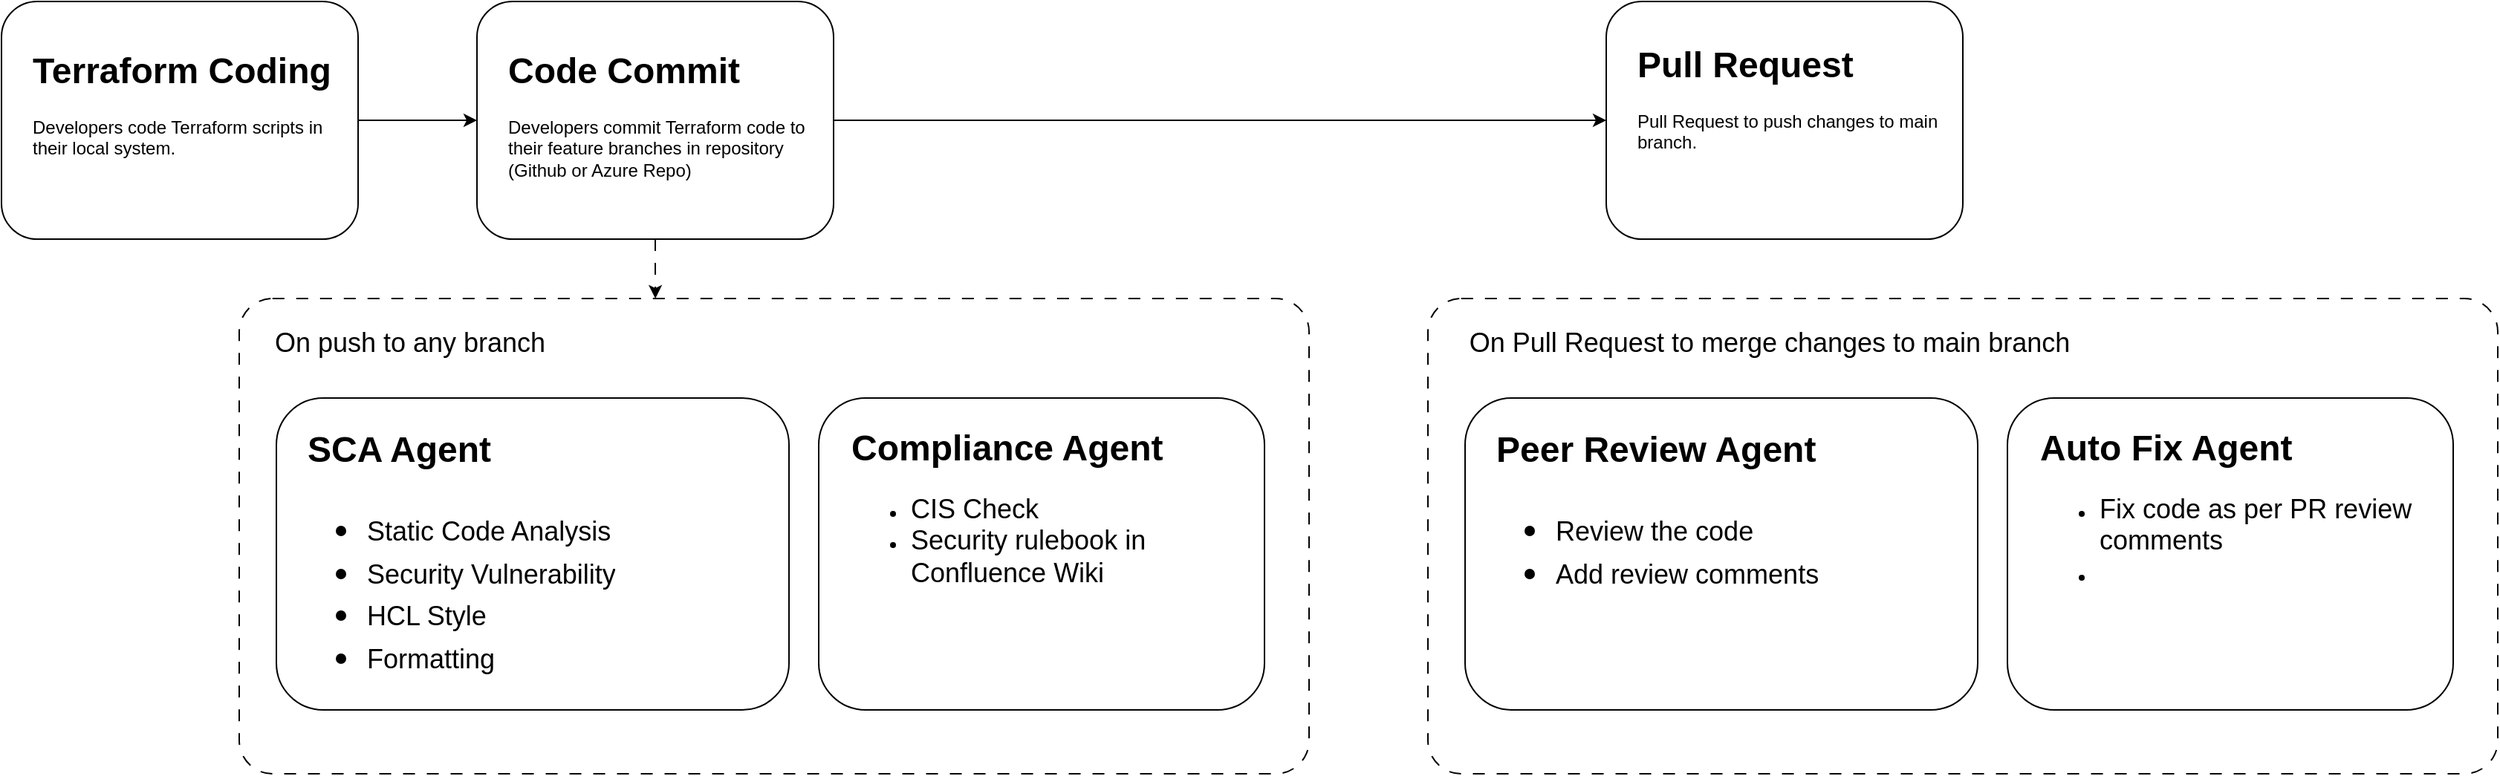
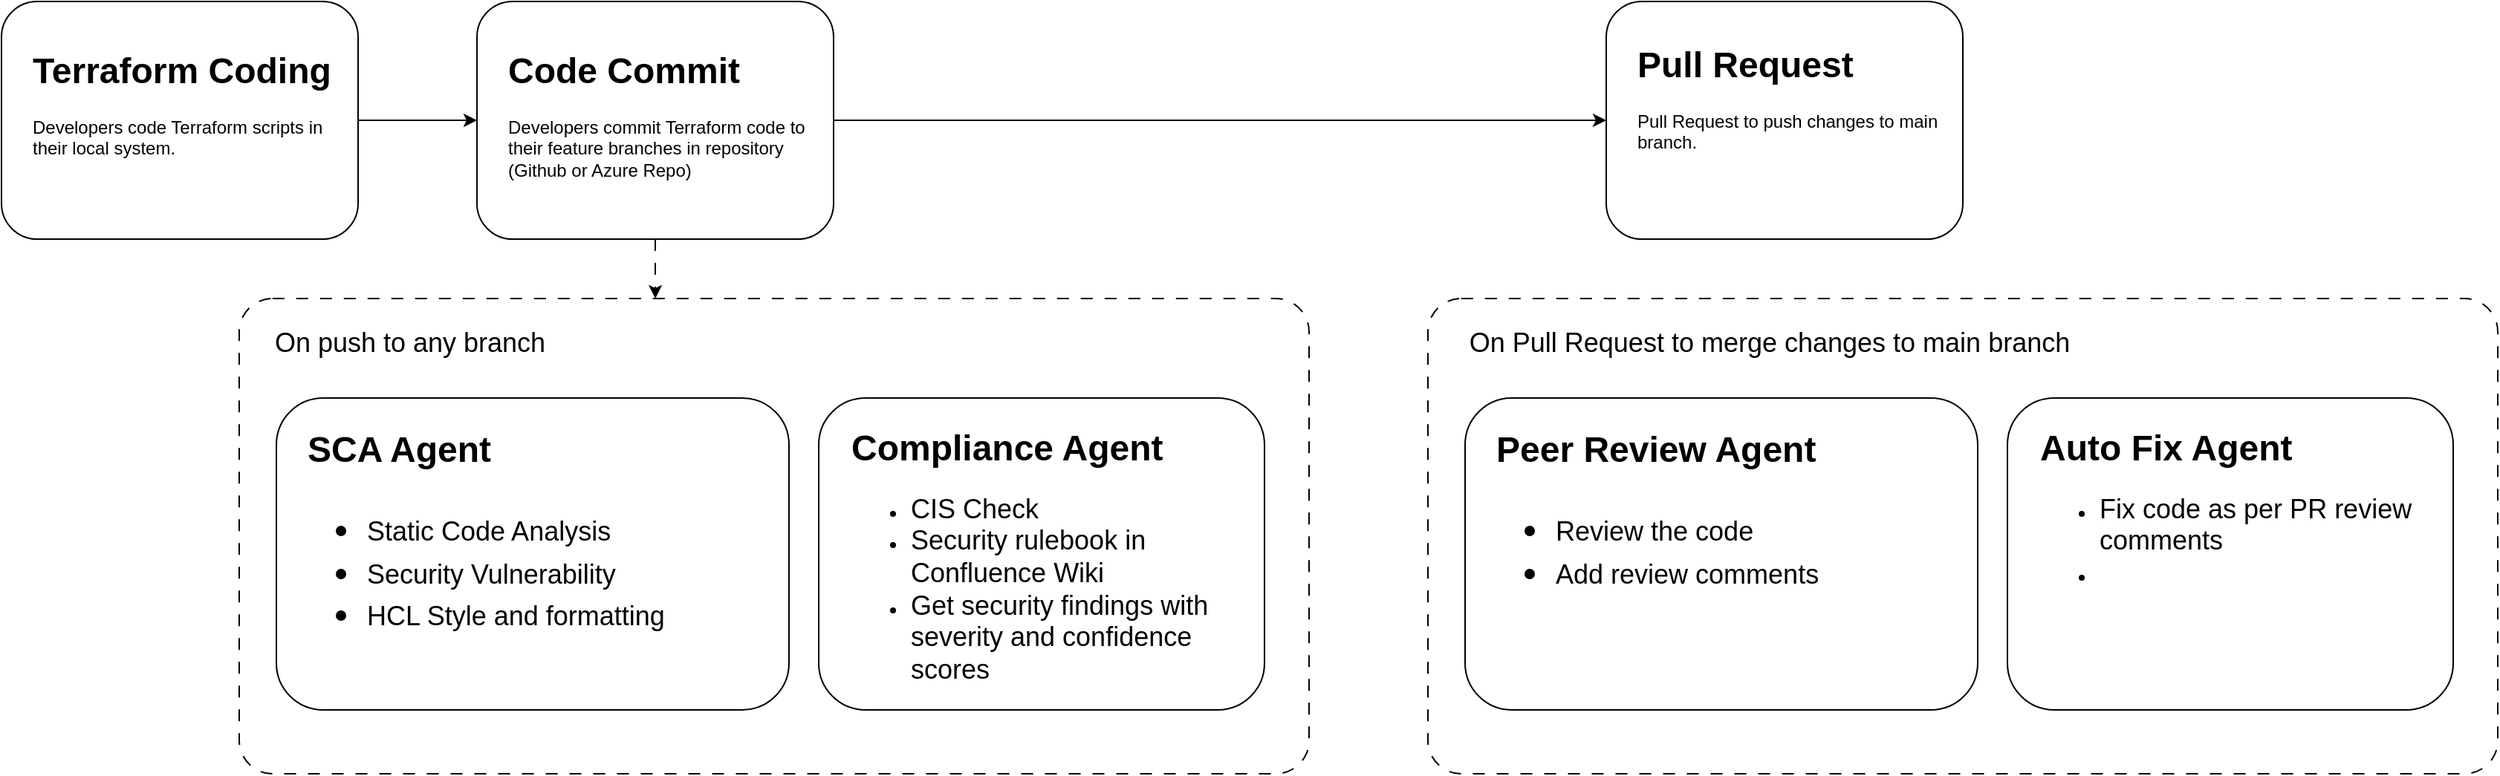
<mxfile host="app.diagrams.net">
  <diagram name="Page-1" id="llQ14HlxIDWXj9B5HY60">
    <mxGraphModel dx="1006" dy="638" grid="1" gridSize="10" guides="1" tooltips="1" connect="1" arrows="1" fold="1" page="1" pageScale="1" pageWidth="850" pageHeight="1100" math="0" shadow="0">
      <root>
        <mxCell id="0" />
        <mxCell id="1" parent="0" />
        <mxCell id="IWc9zJM8tDhvkjJ2dRjy-13" edge="1" parent="1" source="oJW8UGhNAXkty13G2p3x-1" style="edgeStyle=orthogonalEdgeStyle;rounded=0;orthogonalLoop=1;jettySize=auto;html=1;entryX=0;entryY=0.5;entryDx=0;entryDy=0;" target="IWc9zJM8tDhvkjJ2dRjy-1">
          <mxGeometry relative="1" as="geometry" />
        </mxCell>
        <mxCell id="oJW8UGhNAXkty13G2p3x-1" parent="1" style="rounded=1;whiteSpace=wrap;html=1;" value="" vertex="1">
          <mxGeometry height="160" width="240" x="440" y="200" as="geometry" />
        </mxCell>
        <mxCell id="oJW8UGhNAXkty13G2p3x-3" parent="1" style="text;html=1;whiteSpace=wrap;overflow=hidden;rounded=0;" value="&lt;h1 style=&quot;margin-top: 0px;&quot;&gt;Code Commit&lt;/h1&gt;&lt;p&gt;Developers commit Terraform code to their feature branches in repository (Github or Azure Repo)&lt;/p&gt;" vertex="1">
          <mxGeometry height="100" width="210" x="459" y="226" as="geometry" />
        </mxCell>
        <mxCell id="IWc9zJM8tDhvkjJ2dRjy-1" parent="1" style="rounded=1;whiteSpace=wrap;html=1;" value="" vertex="1">
          <mxGeometry height="160" width="240" x="1200" y="200" as="geometry" />
        </mxCell>
        <mxCell id="IWc9zJM8tDhvkjJ2dRjy-2" parent="1" style="text;html=1;whiteSpace=wrap;overflow=hidden;rounded=0;" value="&lt;h1 style=&quot;margin-top: 0px;&quot;&gt;Pull Request&lt;/h1&gt;&lt;p&gt;Pull Request to push changes to main branch.&lt;/p&gt;" vertex="1">
          <mxGeometry height="100" width="210" x="1219" y="222" as="geometry" />
        </mxCell>
        <mxCell id="IWc9zJM8tDhvkjJ2dRjy-12" edge="1" parent="1" source="IWc9zJM8tDhvkjJ2dRjy-3" style="edgeStyle=orthogonalEdgeStyle;rounded=0;orthogonalLoop=1;jettySize=auto;html=1;exitX=1;exitY=0.5;exitDx=0;exitDy=0;entryX=0;entryY=0.5;entryDx=0;entryDy=0;" target="oJW8UGhNAXkty13G2p3x-1">
          <mxGeometry relative="1" as="geometry" />
        </mxCell>
        <mxCell id="IWc9zJM8tDhvkjJ2dRjy-3" parent="1" style="rounded=1;whiteSpace=wrap;html=1;" value="" vertex="1">
          <mxGeometry height="160" width="240" x="120" y="200" as="geometry" />
        </mxCell>
        <mxCell id="IWc9zJM8tDhvkjJ2dRjy-4" parent="1" style="text;html=1;whiteSpace=wrap;overflow=hidden;rounded=0;" value="&lt;h1 style=&quot;margin-top: 0px;&quot;&gt;Terraform Coding&lt;/h1&gt;&lt;p&gt;Developers code Terraform scripts in their local system.&lt;/p&gt;" vertex="1">
          <mxGeometry height="100" width="210" x="139" y="226" as="geometry" />
        </mxCell>
        <mxCell id="IWc9zJM8tDhvkjJ2dRjy-5" parent="1" style="rounded=1;whiteSpace=wrap;html=1;arcSize=7;dashed=1;dashPattern=8 8;" value="" vertex="1">
          <mxGeometry height="320" width="720" x="280" y="400" as="geometry" />
        </mxCell>
        <mxCell id="IWc9zJM8tDhvkjJ2dRjy-6" parent="1" style="text;html=1;whiteSpace=wrap;strokeColor=none;fillColor=none;align=center;verticalAlign=middle;rounded=0;" value="&lt;font style=&quot;font-size: 18px;&quot;&gt;On push to any branch&lt;/font&gt;" vertex="1">
          <mxGeometry height="30" width="210" x="290" y="415" as="geometry" />
        </mxCell>
        <mxCell id="IWc9zJM8tDhvkjJ2dRjy-7" parent="1" style="rounded=1;whiteSpace=wrap;html=1;" value="" vertex="1">
          <mxGeometry height="210" width="345" x="305" y="467" as="geometry" />
        </mxCell>
-         <mxCell id="IWc9zJM8tDhvkjJ2dRjy-8" parent="1" style="text;html=1;whiteSpace=wrap;overflow=hidden;rounded=0;" value="&lt;h1 style=&quot;margin-top: 0px;&quot;&gt;SCA Agent&lt;/h1&gt;&lt;h1 style=&quot;margin-top: 0px;&quot;&gt;&lt;p style=&quot;font-size: 12px; font-weight: 400;&quot;&gt;&lt;/p&gt;&lt;ul&gt;&lt;li&gt;&lt;span style=&quot;font-size: 18px; font-weight: normal;&quot;&gt;Static Code Analysis&lt;/span&gt;&lt;/li&gt;&lt;li&gt;&lt;span style=&quot;font-size: 18px; font-weight: normal;&quot;&gt;Security Vulnerability&lt;/span&gt;&lt;/li&gt;&lt;li&gt;&lt;span style=&quot;font-size: 18px; font-weight: normal;&quot;&gt;HCL Style&lt;/span&gt;&lt;/li&gt;&lt;li&gt;&lt;span style=&quot;font-size: 18px; font-weight: normal;&quot;&gt;Formatting&lt;/span&gt;&lt;/li&gt;&lt;/ul&gt;&lt;p&gt;&lt;/p&gt;&lt;/h1&gt;" vertex="1">
+         <mxCell id="IWc9zJM8tDhvkjJ2dRjy-8" parent="1" style="text;html=1;whiteSpace=wrap;overflow=hidden;rounded=0;" value="&lt;h1 style=&quot;margin-top: 0px;&quot;&gt;SCA Agent&lt;/h1&gt;&lt;h1 style=&quot;margin-top: 0px;&quot;&gt;&lt;p style=&quot;font-size: 12px; font-weight: 400;&quot;&gt;&lt;/p&gt;&lt;ul&gt;&lt;li&gt;&lt;span style=&quot;font-size: 18px; font-weight: normal;&quot;&gt;Static Code Analysis&lt;/span&gt;&lt;/li&gt;&lt;li&gt;&lt;span style=&quot;font-size: 18px; font-weight: normal;&quot;&gt;Security Vulnerability&lt;/span&gt;&lt;/li&gt;&lt;li&gt;&lt;span style=&quot;font-size: 18px; font-weight: normal;&quot;&gt;HCL Style and formatting&lt;/span&gt;&lt;/li&gt;&lt;/ul&gt;&lt;p&gt;&lt;/p&gt;&lt;/h1&gt;" vertex="1">
          <mxGeometry height="183" width="306" x="324" y="481" as="geometry" />
        </mxCell>
        <mxCell id="IWc9zJM8tDhvkjJ2dRjy-9" parent="1" style="rounded=1;whiteSpace=wrap;html=1;" value="" vertex="1">
          <mxGeometry height="210" width="300" x="670" y="467" as="geometry" />
        </mxCell>
-         <mxCell id="IWc9zJM8tDhvkjJ2dRjy-10" parent="1" style="text;html=1;whiteSpace=wrap;overflow=hidden;rounded=0;" value="&lt;h1 style=&quot;margin-top: 0px;&quot;&gt;Compliance Agent&lt;/h1&gt;&lt;p&gt;&lt;/p&gt;&lt;ul&gt;&lt;li&gt;&lt;span style=&quot;font-size: 18px;&quot;&gt;CIS Check&lt;/span&gt;&lt;/li&gt;&lt;li&gt;&lt;span style=&quot;font-size: 18px;&quot;&gt;Security rulebook in Confluence Wiki&lt;/span&gt;&lt;/li&gt;&lt;/ul&gt;&lt;p&gt;&lt;/p&gt;" vertex="1">
-           <mxGeometry height="127" width="269" x="690" y="480" as="geometry" />
+         <mxCell id="IWc9zJM8tDhvkjJ2dRjy-10" parent="1" style="text;html=1;whiteSpace=wrap;overflow=hidden;rounded=0;" value="&lt;h1 style=&quot;margin-top: 0px;&quot;&gt;Compliance Agent&lt;/h1&gt;&lt;p&gt;&lt;/p&gt;&lt;ul&gt;&lt;li&gt;&lt;span style=&quot;font-size: 18px;&quot;&gt;CIS Check&lt;/span&gt;&lt;/li&gt;&lt;li&gt;&lt;span style=&quot;font-size: 18px;&quot;&gt;Security rulebook in Confluence Wiki&lt;/span&gt;&lt;/li&gt;&lt;li&gt;&lt;span style=&quot;font-size: 18px;&quot;&gt;Get security findings with severity and confidence scores&lt;/span&gt;&lt;/li&gt;&lt;/ul&gt;&lt;p&gt;&lt;/p&gt;" vertex="1">
+           <mxGeometry height="180" width="269" x="690" y="480" as="geometry" />
        </mxCell>
        <mxCell id="IWc9zJM8tDhvkjJ2dRjy-11" edge="1" parent="1" source="oJW8UGhNAXkty13G2p3x-1" style="edgeStyle=orthogonalEdgeStyle;rounded=0;orthogonalLoop=1;jettySize=auto;html=1;exitX=0.5;exitY=1;exitDx=0;exitDy=0;entryX=0.389;entryY=0;entryDx=0;entryDy=0;entryPerimeter=0;dashed=1;dashPattern=8 8;" target="IWc9zJM8tDhvkjJ2dRjy-5">
          <mxGeometry relative="1" as="geometry" />
        </mxCell>
        <mxCell id="IWc9zJM8tDhvkjJ2dRjy-14" parent="1" style="rounded=1;whiteSpace=wrap;html=1;arcSize=7;dashed=1;dashPattern=8 8;" value="" vertex="1">
          <mxGeometry height="320" width="720" x="1080" y="400" as="geometry" />
        </mxCell>
        <mxCell id="IWc9zJM8tDhvkjJ2dRjy-15" parent="1" style="text;html=1;whiteSpace=wrap;strokeColor=none;fillColor=none;align=center;verticalAlign=middle;rounded=0;" value="&lt;font style=&quot;font-size: 18px;&quot;&gt;On Pull Request to merge changes to main branch&lt;/font&gt;" vertex="1">
          <mxGeometry height="30" width="440" x="1090" y="415" as="geometry" />
        </mxCell>
        <mxCell id="IWc9zJM8tDhvkjJ2dRjy-16" parent="1" style="rounded=1;whiteSpace=wrap;html=1;" value="" vertex="1">
          <mxGeometry height="210" width="345" x="1105" y="467" as="geometry" />
        </mxCell>
        <mxCell id="IWc9zJM8tDhvkjJ2dRjy-17" parent="1" style="text;html=1;whiteSpace=wrap;overflow=hidden;rounded=0;" value="&lt;h1 style=&quot;margin-top: 0px;&quot;&gt;Peer Review Agent&lt;/h1&gt;&lt;h1 style=&quot;margin-top: 0px;&quot;&gt;&lt;p style=&quot;font-size: 12px; font-weight: 400;&quot;&gt;&lt;/p&gt;&lt;ul&gt;&lt;li&gt;&lt;span style=&quot;font-size: 18px; font-weight: 400;&quot;&gt;Review the code&lt;/span&gt;&lt;/li&gt;&lt;li&gt;&lt;span style=&quot;font-size: 18px; font-weight: 400;&quot;&gt;Add review comments&lt;/span&gt;&lt;/li&gt;&lt;/ul&gt;&lt;p&gt;&lt;/p&gt;&lt;/h1&gt;" vertex="1">
          <mxGeometry height="129" width="306" x="1124" y="481" as="geometry" />
        </mxCell>
        <mxCell id="IWc9zJM8tDhvkjJ2dRjy-18" parent="1" style="rounded=1;whiteSpace=wrap;html=1;" value="" vertex="1">
          <mxGeometry height="210" width="300" x="1470" y="467" as="geometry" />
        </mxCell>
        <mxCell id="IWc9zJM8tDhvkjJ2dRjy-19" parent="1" style="text;html=1;whiteSpace=wrap;overflow=hidden;rounded=0;" value="&lt;h1 style=&quot;margin-top: 0px;&quot;&gt;Auto Fix Agent&lt;/h1&gt;&lt;p&gt;&lt;/p&gt;&lt;ul&gt;&lt;li&gt;&lt;span style=&quot;font-size: 18px;&quot;&gt;Fix code as per PR review comments&lt;/span&gt;&lt;/li&gt;&lt;li&gt;&lt;span style=&quot;font-size: 18px;&quot;&gt;&lt;br&gt;&lt;/span&gt;&lt;/li&gt;&lt;/ul&gt;&lt;p&gt;&lt;/p&gt;" vertex="1">
          <mxGeometry height="127" width="269" x="1490" y="480" as="geometry" />
        </mxCell>
      </root>
    </mxGraphModel>
  </diagram>
</mxfile>
